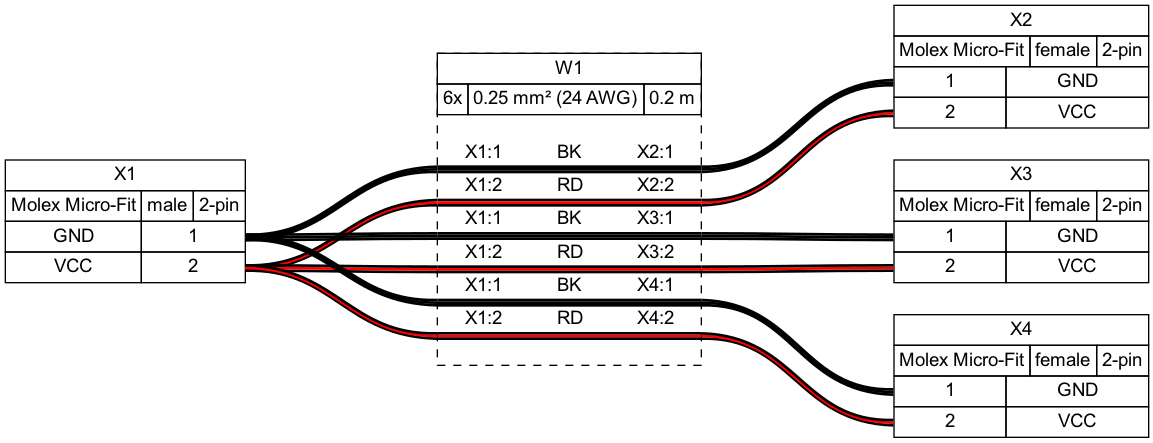
The Graphviz diagram examples/ex03.png in wireviz/WireViz, before a commit. Its source is kept beside it as examples/ex03.gv. The source it was exported from:
```dot
graph {
	graph [bgcolor=white fontname=arial nodesep=0.33 rankdir=LR ranksep=2]
	node [fillcolor=white fontname=arial shape=record style=filled]
	edge [fontname=arial style=bold]
	X1 [label=<
<table border="0" cellspacing="0" cellpadding="0">
 <tr><td>
  <table border="0" cellspacing="0" cellpadding="3" cellborder="1"><tr>
   <td balign="left">X1</td>
  </tr></table>
 </td></tr>
 <tr><td>
  <table border="0" cellspacing="0" cellpadding="3" cellborder="1"><tr>
   <td balign="left">Molex Micro-Fit</td>
   <td balign="left">male</td>
   <td balign="left">2-pin</td>
  </tr></table>
 </td></tr>
 <tr><td>
  <table border="0" cellspacing="0" cellpadding="3" cellborder="1">
   <tr>
    <td>GND</td>
    <td port="p1r">1</td>
   </tr>
   <tr>
    <td>VCC</td>
    <td port="p2r">2</td>
   </tr>
  </table>
 </td></tr>
</table>
> fillcolor=white margin=0 shape=none style=filled]
	X2 [label=<
<table border="0" cellspacing="0" cellpadding="0">
 <tr><td>
  <table border="0" cellspacing="0" cellpadding="3" cellborder="1"><tr>
   <td balign="left">X2</td>
  </tr></table>
 </td></tr>
 <tr><td>
  <table border="0" cellspacing="0" cellpadding="3" cellborder="1"><tr>
   <td balign="left">Molex Micro-Fit</td>
   <td balign="left">female</td>
   <td balign="left">2-pin</td>
  </tr></table>
 </td></tr>
 <tr><td>
  <table border="0" cellspacing="0" cellpadding="3" cellborder="1">
   <tr>
    <td port="p1l">1</td>
    <td>GND</td>
   </tr>
   <tr>
    <td port="p2l">2</td>
    <td>VCC</td>
   </tr>
  </table>
 </td></tr>
</table>
> fillcolor=white margin=0 shape=none style=filled]
	X3 [label=<
<table border="0" cellspacing="0" cellpadding="0">
 <tr><td>
  <table border="0" cellspacing="0" cellpadding="3" cellborder="1"><tr>
   <td balign="left">X3</td>
  </tr></table>
 </td></tr>
 <tr><td>
  <table border="0" cellspacing="0" cellpadding="3" cellborder="1"><tr>
   <td balign="left">Molex Micro-Fit</td>
   <td balign="left">female</td>
   <td balign="left">2-pin</td>
  </tr></table>
 </td></tr>
 <tr><td>
  <table border="0" cellspacing="0" cellpadding="3" cellborder="1">
   <tr>
    <td port="p1l">1</td>
    <td>GND</td>
   </tr>
   <tr>
    <td port="p2l">2</td>
    <td>VCC</td>
   </tr>
  </table>
 </td></tr>
</table>
> fillcolor=white margin=0 shape=none style=filled]
	X4 [label=<
<table border="0" cellspacing="0" cellpadding="0">
 <tr><td>
  <table border="0" cellspacing="0" cellpadding="3" cellborder="1"><tr>
   <td balign="left">X4</td>
  </tr></table>
 </td></tr>
 <tr><td>
  <table border="0" cellspacing="0" cellpadding="3" cellborder="1"><tr>
   <td balign="left">Molex Micro-Fit</td>
   <td balign="left">female</td>
   <td balign="left">2-pin</td>
  </tr></table>
 </td></tr>
 <tr><td>
  <table border="0" cellspacing="0" cellpadding="3" cellborder="1">
   <tr>
    <td port="p1l">1</td>
    <td>GND</td>
   </tr>
   <tr>
    <td port="p2l">2</td>
    <td>VCC</td>
   </tr>
  </table>
 </td></tr>
</table>
> fillcolor=white margin=0 shape=none style=filled]
	edge [color="#000000:#000000:#000000"]
	X1:p1r:e -- W1:w1:w
	W1:w1:e -- X2:p1l:w
	edge [color="#000000:#ff0000:#000000"]
	X1:p2r:e -- W1:w2:w
	W1:w2:e -- X2:p2l:w
	edge [color="#000000:#000000:#000000"]
	X1:p1r:e -- W1:w3:w
	W1:w3:e -- X3:p1l:w
	edge [color="#000000:#ff0000:#000000"]
	X1:p2r:e -- W1:w4:w
	W1:w4:e -- X3:p2l:w
	edge [color="#000000:#000000:#000000"]
	X1:p1r:e -- W1:w5:w
	W1:w5:e -- X4:p1l:w
	edge [color="#000000:#ff0000:#000000"]
	X1:p2r:e -- W1:w6:w
	W1:w6:e -- X4:p2l:w
	W1 [label=<
<table border="0" cellspacing="0" cellpadding="0">
 <tr><td>
  <table border="0" cellspacing="0" cellpadding="3" cellborder="1"><tr>
   <td balign="left">W1</td>
  </tr></table>
 </td></tr>
 <tr><td>
  <table border="0" cellspacing="0" cellpadding="3" cellborder="1"><tr>
   <td balign="left">6x</td>
   <td balign="left">0.25 mm² (24 AWG)</td>
   <td balign="left">0.2 m</td>
  </tr></table>
 </td></tr>
 <tr><td>
  <table border="0" cellspacing="0" cellborder="0">
   <tr><td>&nbsp;</td></tr>
   <tr>
    <td>X1:1</td>
    <td>BK</td>
    <td>X2:1</td>
   </tr>
   <tr>
    <td colspan="3" border="0" cellspacing="0" cellpadding="0" port="w1" height="6">
     <table cellspacing="0" cellborder="0" border="0">
      <tr><td colspan="3" cellpadding="0" height="2" bgcolor="#000000" border="0"></td></tr>
      <tr><td colspan="3" cellpadding="0" height="2" bgcolor="#000000" border="0"></td></tr>
      <tr><td colspan="3" cellpadding="0" height="2" bgcolor="#000000" border="0"></td></tr>
     </table>
    </td>
   </tr>
   <tr>
    <td>X1:2</td>
    <td>RD</td>
    <td>X2:2</td>
   </tr>
   <tr>
    <td colspan="3" border="0" cellspacing="0" cellpadding="0" port="w2" height="6">
     <table cellspacing="0" cellborder="0" border="0">
      <tr><td colspan="3" cellpadding="0" height="2" bgcolor="#000000" border="0"></td></tr>
      <tr><td colspan="3" cellpadding="0" height="2" bgcolor="#ff0000" border="0"></td></tr>
      <tr><td colspan="3" cellpadding="0" height="2" bgcolor="#000000" border="0"></td></tr>
     </table>
    </td>
   </tr>
   <tr>
    <td>X1:1</td>
    <td>BK</td>
    <td>X3:1</td>
   </tr>
   <tr>
    <td colspan="3" border="0" cellspacing="0" cellpadding="0" port="w3" height="6">
     <table cellspacing="0" cellborder="0" border="0">
      <tr><td colspan="3" cellpadding="0" height="2" bgcolor="#000000" border="0"></td></tr>
      <tr><td colspan="3" cellpadding="0" height="2" bgcolor="#000000" border="0"></td></tr>
      <tr><td colspan="3" cellpadding="0" height="2" bgcolor="#000000" border="0"></td></tr>
     </table>
    </td>
   </tr>
   <tr>
    <td>X1:2</td>
    <td>RD</td>
    <td>X3:2</td>
   </tr>
   <tr>
    <td colspan="3" border="0" cellspacing="0" cellpadding="0" port="w4" height="6">
     <table cellspacing="0" cellborder="0" border="0">
      <tr><td colspan="3" cellpadding="0" height="2" bgcolor="#000000" border="0"></td></tr>
      <tr><td colspan="3" cellpadding="0" height="2" bgcolor="#ff0000" border="0"></td></tr>
      <tr><td colspan="3" cellpadding="0" height="2" bgcolor="#000000" border="0"></td></tr>
     </table>
    </td>
   </tr>
   <tr>
    <td>X1:1</td>
    <td>BK</td>
    <td>X4:1</td>
   </tr>
   <tr>
    <td colspan="3" border="0" cellspacing="0" cellpadding="0" port="w5" height="6">
     <table cellspacing="0" cellborder="0" border="0">
      <tr><td colspan="3" cellpadding="0" height="2" bgcolor="#000000" border="0"></td></tr>
      <tr><td colspan="3" cellpadding="0" height="2" bgcolor="#000000" border="0"></td></tr>
      <tr><td colspan="3" cellpadding="0" height="2" bgcolor="#000000" border="0"></td></tr>
     </table>
    </td>
   </tr>
   <tr>
    <td>X1:2</td>
    <td>RD</td>
    <td>X4:2</td>
   </tr>
   <tr>
    <td colspan="3" border="0" cellspacing="0" cellpadding="0" port="w6" height="6">
     <table cellspacing="0" cellborder="0" border="0">
      <tr><td colspan="3" cellpadding="0" height="2" bgcolor="#000000" border="0"></td></tr>
      <tr><td colspan="3" cellpadding="0" height="2" bgcolor="#ff0000" border="0"></td></tr>
      <tr><td colspan="3" cellpadding="0" height="2" bgcolor="#000000" border="0"></td></tr>
     </table>
    </td>
   </tr>
   <tr><td>&nbsp;</td></tr>
  </table>
 </td></tr>
</table>
> fillcolor=white margin=0 shape=box style="filled,dashed"]
}
```
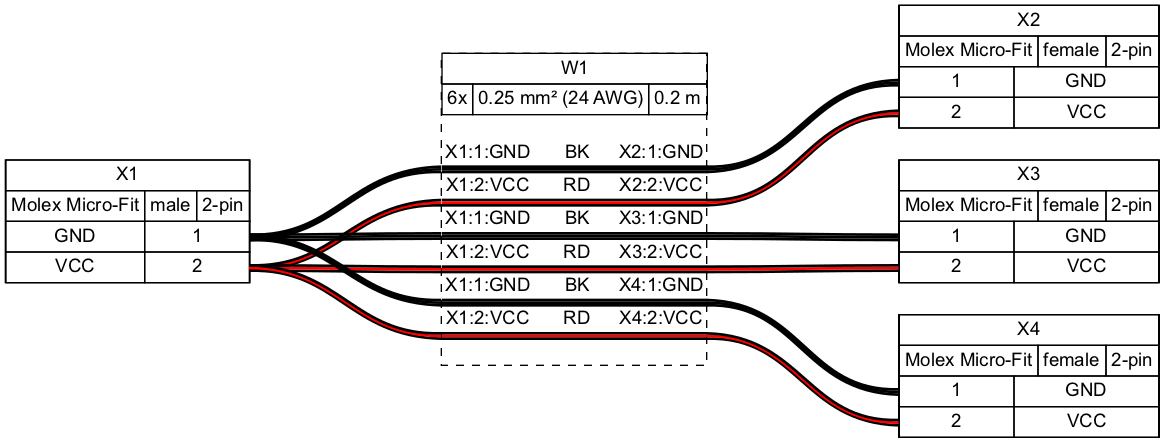
Above is the later version.

Diff of the diagram source:
```diff
@@ -1,6 +1,6 @@
 graph {
-	graph [bgcolor=white fontname=arial nodesep=0.33 rankdir=LR ranksep=2]
-	node [fillcolor=white fontname=arial shape=record style=filled]
+	graph [bgcolor="#FFFFFF" fontname=arial nodesep=0.33 rankdir=LR ranksep=2]
+	node [fillcolor="#FFFFFF" fontname=arial height=0 margin=0 shape=none style=filled width=0]
 	edge [fontname=arial style=bold]
 	X1 [label=<
 <table border="0" cellspacing="0" cellpadding="0">
@@ -29,7 +29,7 @@
   </table>
  </td></tr>
 </table>
-> fillcolor=white margin=0 shape=none style=filled]
+> fillcolor="#FFFFFF" shape=box style=filled]
 	X2 [label=<
 <table border="0" cellspacing="0" cellpadding="0">
  <tr><td>
@@ -57,7 +57,7 @@
   </table>
  </td></tr>
 </table>
-> fillcolor=white margin=0 shape=none style=filled]
+> fillcolor="#FFFFFF" shape=box style=filled]
 	X3 [label=<
 <table border="0" cellspacing="0" cellpadding="0">
  <tr><td>
@@ -85,7 +85,7 @@
   </table>
  </td></tr>
 </table>
-> fillcolor=white margin=0 shape=none style=filled]
+> fillcolor="#FFFFFF" shape=box style=filled]
 	X4 [label=<
 <table border="0" cellspacing="0" cellpadding="0">
  <tr><td>
@@ -113,7 +113,7 @@
   </table>
  </td></tr>
 </table>
-> fillcolor=white margin=0 shape=none style=filled]
+> fillcolor="#FFFFFF" shape=box style=filled]
 	edge [color="#000000:#000000:#000000"]
 	X1:p1r:e -- W1:w1:w
 	W1:w1:e -- X2:p1l:w
@@ -150,9 +150,11 @@
   <table border="0" cellspacing="0" cellborder="0">
    <tr><td>&nbsp;</td></tr>
    <tr>
-    <td>X1:1</td>
-    <td>BK</td>
-    <td>X2:1</td>
+    <td>X1:1:GND</td>
+    <td>
+     BK
+    </td>
+    <td>X2:1:GND</td>
    </tr>
    <tr>
     <td colspan="3" border="0" cellspacing="0" cellpadding="0" port="w1" height="6">
@@ -164,9 +166,11 @@
     </td>
    </tr>
    <tr>
-    <td>X1:2</td>
-    <td>RD</td>
-    <td>X2:2</td>
+    <td>X1:2:VCC</td>
+    <td>
+     RD
+    </td>
+    <td>X2:2:VCC</td>
    </tr>
    <tr>
     <td colspan="3" border="0" cellspacing="0" cellpadding="0" port="w2" height="6">
@@ -178,9 +182,11 @@
     </td>
    </tr>
    <tr>
-    <td>X1:1</td>
-    <td>BK</td>
-    <td>X3:1</td>
+    <td>X1:1:GND</td>
+    <td>
+     BK
+    </td>
+    <td>X3:1:GND</td>
    </tr>
    <tr>
     <td colspan="3" border="0" cellspacing="0" cellpadding="0" port="w3" height="6">
@@ -192,9 +198,11 @@
     </td>
    </tr>
    <tr>
-    <td>X1:2</td>
-    <td>RD</td>
-    <td>X3:2</td>
+    <td>X1:2:VCC</td>
+    <td>
+     RD
+    </td>
+    <td>X3:2:VCC</td>
    </tr>
    <tr>
     <td colspan="3" border="0" cellspacing="0" cellpadding="0" port="w4" height="6">
@@ -206,9 +214,11 @@
     </td>
    </tr>
    <tr>
-    <td>X1:1</td>
-    <td>BK</td>
-    <td>X4:1</td>
+    <td>X1:1:GND</td>
+    <td>
+     BK
+    </td>
+    <td>X4:1:GND</td>
    </tr>
    <tr>
     <td colspan="3" border="0" cellspacing="0" cellpadding="0" port="w5" height="6">
@@ -220,9 +230,11 @@
     </td>
    </tr>
    <tr>
-    <td>X1:2</td>
-    <td>RD</td>
-    <td>X4:2</td>
+    <td>X1:2:VCC</td>
+    <td>
+     RD
+    </td>
+    <td>X4:2:VCC</td>
    </tr>
    <tr>
     <td colspan="3" border="0" cellspacing="0" cellpadding="0" port="w6" height="6">
@@ -237,5 +249,5 @@
   </table>
  </td></tr>
 </table>
-> fillcolor=white margin=0 shape=box style="filled,dashed"]
+> fillcolor="#FFFFFF" shape=box style="filled,dashed"]
 }
```
